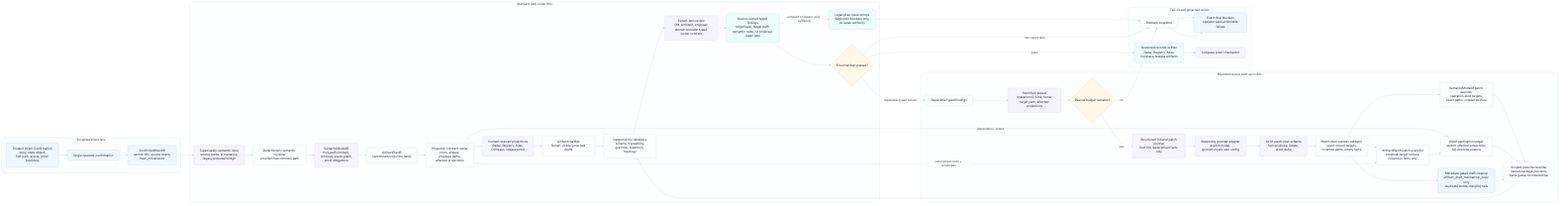
Above: odylith/atlas/source/domain-intelligence-greenfield-governance.png in odylith/odylith (Mermaid), before the change. Its source is kept beside it as odylith/atlas/source/domain-intelligence-greenfield-governance.mmd.
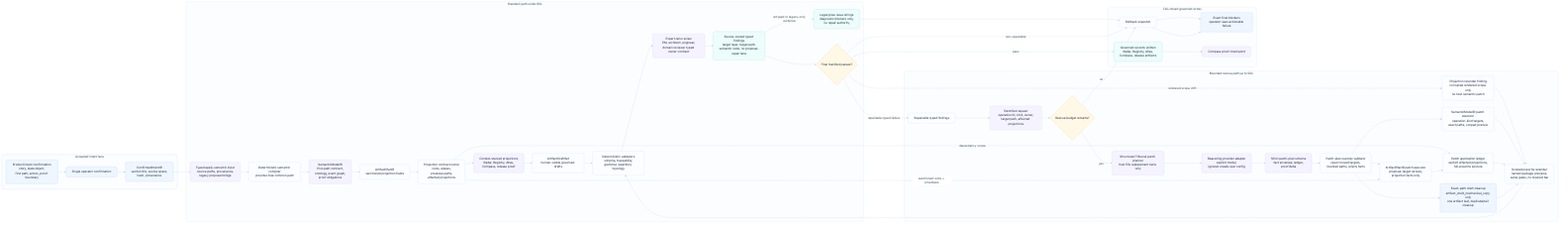
Above is the later version.

What changed in the source:
```diff
@@ -34,7 +34,8 @@
       semantic_apply["SemanticModelIR patch executor<br/>operation-kind targets,<br/>exact paths, scoped posture"]
       plan_apply["ArtifactPlanIR patch executor<br/>proposal-target reroute,<br/>projection facts only"]
       scope_ledger["Patch application ledger<br/>explicit affected projections,<br/>full-prewrite posture"]
-      copy_repair["Metadata-gated draft cleanup<br/>artifact_draft_mechanical_copy only<br/>duplicate words, dangling tails"]
+      projection_rerender["Projection rerender finding<br/>corrupted rendered scope only<br/>no host semantic patch"]
+      copy_repair["Exact-path draft cleanup<br/>artifact_draft_mechanical_copy only<br/>one artifact leaf, duplicate/tail cleanup"]
       rerender["Scoped prewrite rerender<br/>named package previews,<br/>same gates, no lowered bar"]
     end
 
@@ -51,6 +52,7 @@
     draft_set --> validators --> expert_lenses --> typed_findings --> final_manifest
     typed_findings -- "untyped or legacy-only evidence" --> legacy_blockers --> rollback
     final_manifest -- "pass" --> writes --> proof_log
+    final_manifest -- "rendered scope drift" --> projection_rerender --> rerender
     final_manifest -- "repairable typed failure" --> repairable --> patchset --> rescue_budget
     rescue_budget -- "yes" --> tribunal_planner --> provider_adapter --> strict_schema --> custody_check
     custody_check --> semantic_apply
@@ -72,7 +74,7 @@
     classDef write fill:#F0FDF4,stroke:#86EFAC,color:#17233A,stroke-width:1.2px;
     class visible_intent,confirm,confirmed_ir intent;
     class apply_input,compiler,semantic_ir,artifact_plan,projection_contract,projections,draft_set,validators,expert_lenses,typed_findings,legacy_blockers,final_manifest standard;
-    class repairable,patchset,rescue_budget,tribunal_planner,provider_adapter,strict_schema,custody_check,semantic_apply,plan_apply,scope_ledger,copy_repair,rerender rescue;
+    class repairable,patchset,rescue_budget,tribunal_planner,provider_adapter,strict_schema,custody_check,semantic_apply,plan_apply,scope_ledger,projection_rerender,copy_repair,rerender rescue;
     class writes,rollback,blockers,proof_log write;
 
     style accepted_lane fill:#FBFDFF,stroke:#BFD7FE,stroke-width:1px,color:#334155
```
